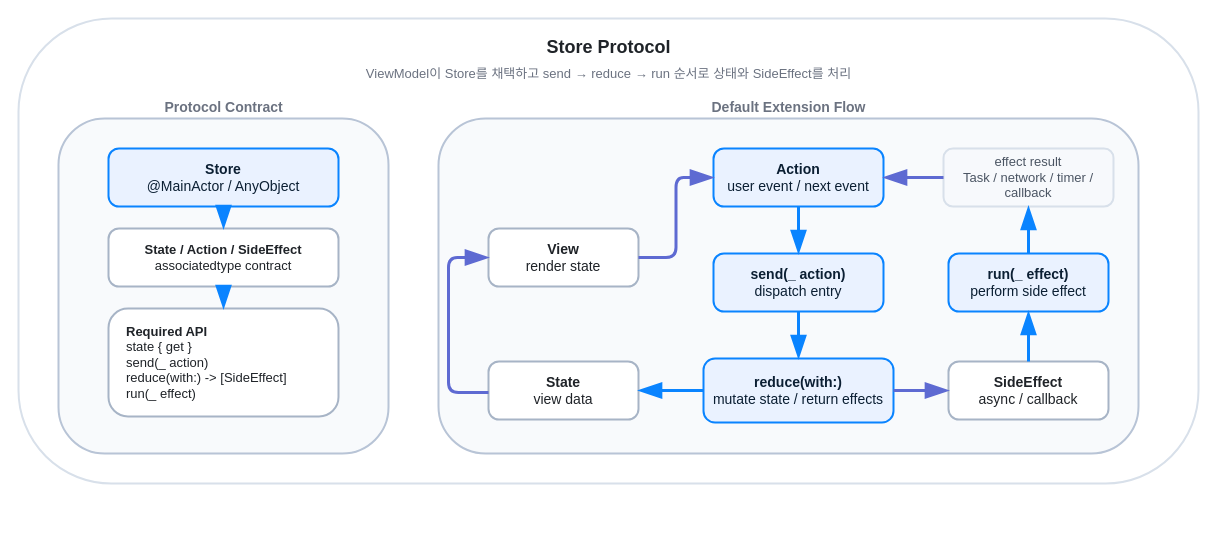
opficdev/DevLog_iOS keeps this draw.io diagram as page "Store Protocol" (1 of 7) of docs/DevLog.drawio. Above is the earlier version. Source tidied: cells renumbered, new cells numbered last; positions are measured from the earlier drawing's top-left corner, leaving out a move shared by most shapes. Both pictures are drawn from the tidied source at 100%, with x=0, y=0 at pixel (18, 18).
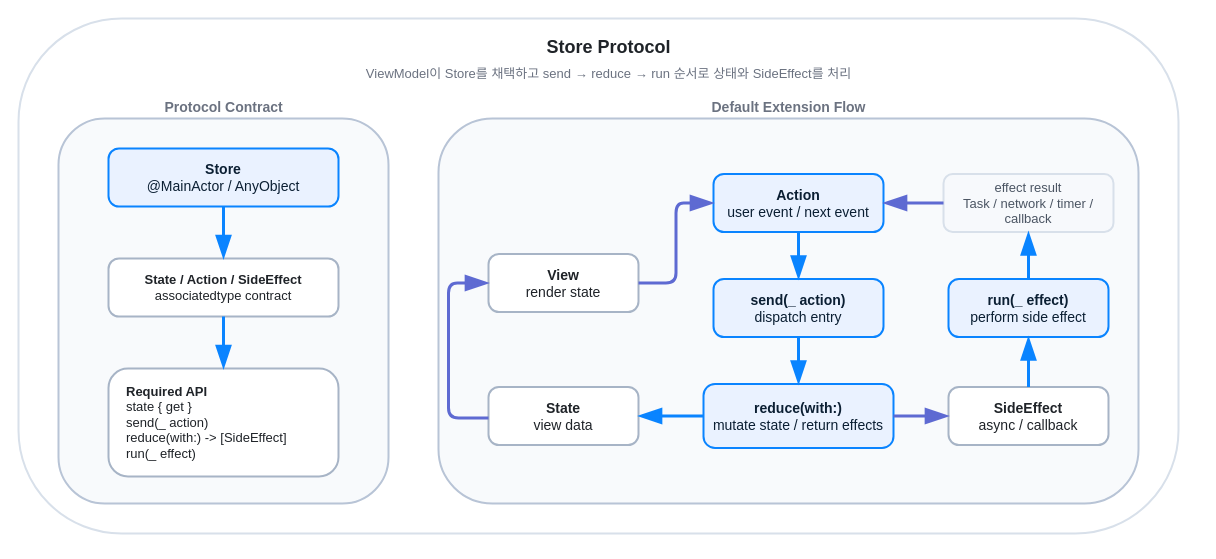
Above is the later version.

Commit message (it also covers changes not shown here):
docs: Store Protocol 수정

The change refers to these unchanged cells:
```xml
<mxCell id="9" value="&lt;b&gt;Store&lt;/b&gt;&lt;br&gt;&lt;span style=&quot;font-weight: normal;&quot;&gt;@MainActor / AnyObject&lt;/span&gt;" style="rounded=1;arcSize=18;whiteSpace=wrap;html=1;fillColor=#EAF2FF;strokeColor=#0A84FF;strokeWidth=2;fontColor=#0B1F33;fontSize=14;align=center;" parent="1" vertex="1">
  <mxGeometry x="90" y="130" width="230" height="58" as="geometry" />
</mxCell>
```

The edit, as a diff of the source:
```diff
@@
     <mxCell id="2" style="rounded=1;arcSize=20;whiteSpace=wrap;html=1;fillColor=#FFFFFF;strokeColor=#D8E0EA;strokeWidth=2;align=center;" parent="1" vertex="1">
-      <mxGeometry width="1180" height="465" as="geometry" />
+      <mxGeometry width="1160" height="515" as="geometry" />
     </mxCell>
@@
     <mxCell id="5" style="rounded=1;arcSize=14;whiteSpace=wrap;html=1;fillColor=#F8FAFC;strokeColor=#B8C4D6;strokeWidth=2;" parent="1" vertex="1">
-      <mxGeometry x="40" y="100" width="330" height="335" as="geometry" />
+      <mxGeometry x="40" y="100" width="330" height="385" as="geometry" />
     </mxCell>
@@
     <mxCell id="7" style="rounded=1;arcSize=14;whiteSpace=wrap;html=1;fillColor=#F8FAFC;strokeColor=#B8C4D6;strokeWidth=2;" parent="1" vertex="1">
-      <mxGeometry x="420" y="100" width="700" height="335" as="geometry" />
+      <mxGeometry x="420" y="100" width="700" height="385" as="geometry" />
     </mxCell>
@@
     <mxCell id="10" value="&lt;b&gt;State / Action / SideEffect&lt;/b&gt;&lt;br&gt;&lt;span style=&quot;font-weight: normal;&quot;&gt;associatedtype contract&lt;/span&gt;" style="rounded=1;arcSize=18;whiteSpace=wrap;html=1;fillColor=#FFFFFF;strokeColor=#A7B4C6;strokeWidth=2;fontColor=#1F2328;fontSize=13;align=center;" parent="1" vertex="1">
-      <mxGeometry x="90" y="210" width="230" height="58" as="geometry" />
+      <mxGeometry x="90" y="240" width="230" height="58" as="geometry" />
     </mxCell>
     <mxCell id="11" value="&lt;b&gt;Required API&lt;/b&gt;&lt;br&gt;&lt;span style=&quot;font-weight: normal;&quot;&gt;state { get }&lt;br&gt;send(_ action)&lt;br&gt;reduce(with:) -&amp;gt; [SideEffect]&lt;br&gt;run(_ effect)&lt;/span&gt;" style="rounded=1;arcSize=18;whiteSpace=wrap;html=1;fillColor=#FFFFFF;strokeColor=#A7B4C6;strokeWidth=2;fontColor=#1F2328;fontSize=13;align=left;spacingLeft=16;" parent="1" vertex="1">
-      <mxGeometry x="90" y="290" width="230" height="108" as="geometry" />
+      <mxGeometry x="90" y="350" width="230" height="108" as="geometry" />
     </mxCell>
+    <mxCell id="20" style="endArrow=blockThin;endFill=1;endSize=16;html=1;rounded=1;strokeColor=#0A84FF;strokeWidth=3;align=center;" parent="1" edge="1" source="9" target="10">
+      <mxGeometry relative="1" as="geometry" />
+    </mxCell>
+    <mxCell id="21" style="endArrow=blockThin;endFill=1;endSize=16;html=1;rounded=1;strokeColor=#0A84FF;strokeWidth=3;align=center;" parent="1" edge="1" source="10" target="11">
+      <mxGeometry relative="1" as="geometry" />
+    </mxCell>
+    <mxCell id="31" style="edgeStyle=orthogonalEdgeStyle;rounded=0;orthogonalLoop=1;jettySize=auto;html=1;exitX=0.5;exitY=1;exitDx=0;exitDy=0;" parent="1" edge="1" source="2" target="2">
+      <mxGeometry relative="1" as="geometry" />
+    </mxCell>
+    <mxCell id="32" style="group;" parent="1" vertex="1">
+      <mxGeometry x="430" y="155.5" width="665" height="274" as="geometry" />
+    </mxCell>
-    <mxCell id="12" value="&lt;b&gt;View&lt;/b&gt;&lt;br&gt;&lt;span style=&quot;font-weight: normal;&quot;&gt;render state&lt;/span&gt;" style="rounded=1;arcSize=18;whiteSpace=wrap;html=1;fillColor=#FFFFFF;strokeColor=#A7B4C6;strokeWidth=2;fontColor=#1F2328;fontSize=14;align=center;" parent="1" vertex="1">
-      <mxGeometry x="470" y="210" width="150" height="58" as="geometry" />
+    <mxCell id="12" value="&lt;b&gt;View&lt;/b&gt;&lt;br&gt;&lt;span style=&quot;font-weight: normal;&quot;&gt;render state&lt;/span&gt;" style="rounded=1;arcSize=18;whiteSpace=wrap;html=1;fillColor=#FFFFFF;strokeColor=#A7B4C6;strokeWidth=2;fontColor=#1F2328;fontSize=14;align=center;" parent="32" vertex="1">
+      <mxGeometry x="40" y="80" width="150" height="58" as="geometry" />
     </mxCell>
-    <mxCell id="13" value="&lt;b&gt;Action&lt;/b&gt;&lt;br&gt;&lt;span style=&quot;font-weight: normal;&quot;&gt;user event / next event&lt;/span&gt;" style="rounded=1;arcSize=18;whiteSpace=wrap;html=1;fillColor=#EAF2FF;strokeColor=#0A84FF;strokeWidth=2;fontColor=#0B1F33;fontSize=14;align=center;" parent="1" vertex="1">
-      <mxGeometry x="695" y="130" width="170" height="58" as="geometry" />
+    <mxCell id="13" value="&lt;b&gt;Action&lt;/b&gt;&lt;br&gt;&lt;span style=&quot;font-weight: normal;&quot;&gt;user event / next event&lt;/span&gt;" style="rounded=1;arcSize=18;whiteSpace=wrap;html=1;fillColor=#EAF2FF;strokeColor=#0A84FF;strokeWidth=2;fontColor=#0B1F33;fontSize=14;align=center;" parent="32" vertex="1">
+      <mxGeometry x="265" width="170" height="58" as="geometry" />
     </mxCell>
-    <mxCell id="14" value="&lt;b&gt;send(_ action)&lt;/b&gt;&lt;br&gt;&lt;span style=&quot;font-weight: normal;&quot;&gt;dispatch entry&lt;/span&gt;" style="rounded=1;arcSize=18;whiteSpace=wrap;html=1;fillColor=#EAF2FF;strokeColor=#0A84FF;strokeWidth=2;fontColor=#0B1F33;fontSize=14;align=center;" parent="1" vertex="1">
-      <mxGeometry x="695" y="235" width="170" height="58" as="geometry" />
+    <mxCell id="14" value="&lt;b&gt;send(_ action)&lt;/b&gt;&lt;br&gt;&lt;span style=&quot;font-weight: normal;&quot;&gt;dispatch entry&lt;/span&gt;" style="rounded=1;arcSize=18;whiteSpace=wrap;html=1;fillColor=#EAF2FF;strokeColor=#0A84FF;strokeWidth=2;fontColor=#0B1F33;fontSize=14;align=center;" parent="32" vertex="1">
+      <mxGeometry x="265" y="105" width="170" height="58" as="geometry" />
     </mxCell>
-    <mxCell id="15" value="&lt;b&gt;reduce(with:)&lt;/b&gt;&lt;br&gt;&lt;span style=&quot;font-weight: normal;&quot;&gt;mutate state / return effects&lt;/span&gt;" style="rounded=1;arcSize=18;whiteSpace=wrap;html=1;fillColor=#EAF2FF;strokeColor=#0A84FF;strokeWidth=2;fontColor=#0B1F33;fontSize=14;align=center;" parent="1" vertex="1">
-      <mxGeometry x="685" y="340" width="190" height="64" as="geometry" />
+    <mxCell id="15" value="&lt;b&gt;reduce(with:)&lt;/b&gt;&lt;br&gt;&lt;span style=&quot;font-weight: normal;&quot;&gt;mutate state / return effects&lt;/span&gt;" style="rounded=1;arcSize=18;whiteSpace=wrap;html=1;fillColor=#EAF2FF;strokeColor=#0A84FF;strokeWidth=2;fontColor=#0B1F33;fontSize=14;align=center;" parent="32" vertex="1">
+      <mxGeometry x="255" y="210" width="190" height="64" as="geometry" />
     </mxCell>
-    <mxCell id="16" value="&lt;b&gt;State&lt;/b&gt;&lt;br&gt;&lt;span style=&quot;font-weight: normal;&quot;&gt;view data&lt;/span&gt;" style="rounded=1;arcSize=18;whiteSpace=wrap;html=1;fillColor=#FFFFFF;strokeColor=#A7B4C6;strokeWidth=2;fontColor=#1F2328;fontSize=14;align=center;" parent="1" vertex="1">
-      <mxGeometry x="470" y="343" width="150" height="58" as="geometry" />
+    <mxCell id="16" value="&lt;b&gt;State&lt;/b&gt;&lt;br&gt;&lt;span style=&quot;font-weight: normal;&quot;&gt;view data&lt;/span&gt;" style="rounded=1;arcSize=18;whiteSpace=wrap;html=1;fillColor=#FFFFFF;strokeColor=#A7B4C6;strokeWidth=2;fontColor=#1F2328;fontSize=14;align=center;" parent="32" vertex="1">
+      <mxGeometry x="40" y="213" width="150" height="58" as="geometry" />
     </mxCell>
-    <mxCell id="17" value="&lt;b&gt;SideEffect&lt;/b&gt;&lt;br&gt;&lt;span style=&quot;font-weight: normal;&quot;&gt;async / callback&lt;/span&gt;" style="rounded=1;arcSize=18;whiteSpace=wrap;html=1;fillColor=#FFFFFF;strokeColor=#A7B4C6;strokeWidth=2;fontColor=#1F2328;fontSize=14;align=center;" parent="1" vertex="1">
-      <mxGeometry x="930" y="343" width="160" height="58" as="geometry" />
+    <mxCell id="17" value="&lt;b&gt;SideEffect&lt;/b&gt;&lt;br&gt;&lt;span style=&quot;font-weight: normal;&quot;&gt;async / callback&lt;/span&gt;" style="rounded=1;arcSize=18;whiteSpace=wrap;html=1;fillColor=#FFFFFF;strokeColor=#A7B4C6;strokeWidth=2;fontColor=#1F2328;fontSize=14;align=center;" parent="32" vertex="1">
+      <mxGeometry x="500" y="213" width="160" height="58" as="geometry" />
     </mxCell>
-    <mxCell id="18" value="&lt;b&gt;run(_ effect)&lt;/b&gt;&lt;br&gt;&lt;span style=&quot;font-weight: normal;&quot;&gt;perform side effect&lt;/span&gt;" style="rounded=1;arcSize=18;whiteSpace=wrap;html=1;fillColor=#EAF2FF;strokeColor=#0A84FF;strokeWidth=2;fontColor=#0B1F33;fontSize=14;align=center;" parent="1" vertex="1">
-      <mxGeometry x="930" y="235" width="160" height="58" as="geometry" />
+    <mxCell id="18" value="&lt;b&gt;run(_ effect)&lt;/b&gt;&lt;br&gt;&lt;span style=&quot;font-weight: normal;&quot;&gt;perform side effect&lt;/span&gt;" style="rounded=1;arcSize=18;whiteSpace=wrap;html=1;fillColor=#EAF2FF;strokeColor=#0A84FF;strokeWidth=2;fontColor=#0B1F33;fontSize=14;align=center;" parent="32" vertex="1">
+      <mxGeometry x="500" y="105" width="160" height="58" as="geometry" />
     </mxCell>
-    <mxCell id="19" value="effect result&lt;br&gt;Task / network / timer / callback" style="rounded=1;arcSize=16;whiteSpace=wrap;html=1;fillColor=#F7F9FC;strokeColor=#D8E0EA;strokeWidth=2;fontColor=#4B5563;fontSize=13;fontStyle=0;align=center;" parent="1" vertex="1">
-      <mxGeometry x="925" y="130" width="170" height="58" as="geometry" />
+    <mxCell id="19" value="effect result&lt;br&gt;Task / network / timer / callback" style="rounded=1;arcSize=16;whiteSpace=wrap;html=1;fillColor=#F7F9FC;strokeColor=#D8E0EA;strokeWidth=2;fontColor=#4B5563;fontSize=13;fontStyle=0;align=center;" parent="32" vertex="1">
+      <mxGeometry x="495" width="170" height="58" as="geometry" />
     </mxCell>
-    <mxCell id="20" style="endArrow=blockThin;endFill=1;endSize=16;html=1;rounded=1;strokeColor=#0A84FF;strokeWidth=3;align=center;" parent="1" edge="1" source="9" target="10">
-      <mxGeometry relative="1" as="geometry" />
-    </mxCell>
-    <mxCell id="21" style="endArrow=blockThin;endFill=1;endSize=16;html=1;rounded=1;strokeColor=#0A84FF;strokeWidth=3;align=center;" parent="1" edge="1" source="10" target="11">
-      <mxGeometry relative="1" as="geometry" />
-    </mxCell>
-    <mxCell id="22" style="endArrow=blockThin;endFill=1;endSize=16;html=1;rounded=1;strokeColor=#5E6AD2;strokeWidth=3;align=center;edgeStyle=orthogonalEdgeStyle;entryX=0;entryY=0.5;entryDx=0;entryDy=0;" parent="1" edge="1" source="12" target="13">
+    <mxCell id="22" style="endArrow=blockThin;endFill=1;endSize=16;html=1;rounded=1;strokeColor=#5E6AD2;strokeWidth=3;align=center;edgeStyle=orthogonalEdgeStyle;entryX=0;entryY=0.5;entryDx=0;entryDy=0;" parent="32" edge="1" source="12" target="13">
       <mxGeometry relative="1" as="geometry" />
     </mxCell>
-    <mxCell id="23" style="endArrow=blockThin;endFill=1;endSize=16;html=1;rounded=1;strokeColor=#0A84FF;strokeWidth=3;align=center;" parent="1" edge="1" source="13" target="14">
+    <mxCell id="23" style="endArrow=blockThin;endFill=1;endSize=16;html=1;rounded=1;strokeColor=#0A84FF;strokeWidth=3;align=center;" parent="32" edge="1" source="13" target="14">
       <mxGeometry relative="1" as="geometry" />
     </mxCell>
-    <mxCell id="24" style="endArrow=blockThin;endFill=1;endSize=16;html=1;rounded=1;strokeColor=#0A84FF;strokeWidth=3;align=center;" parent="1" edge="1" source="14" target="15">
+    <mxCell id="24" style="endArrow=blockThin;endFill=1;endSize=16;html=1;rounded=1;strokeColor=#0A84FF;strokeWidth=3;align=center;" parent="32" edge="1" source="14" target="15">
       <mxGeometry relative="1" as="geometry" />
     </mxCell>
-    <mxCell id="25" style="endArrow=blockThin;endFill=1;endSize=16;html=1;rounded=1;strokeColor=#0A84FF;strokeWidth=3;align=center;edgeStyle=orthogonalEdgeStyle;" parent="1" edge="1" source="15" target="16">
+    <mxCell id="25" style="endArrow=blockThin;endFill=1;endSize=16;html=1;rounded=1;strokeColor=#0A84FF;strokeWidth=3;align=center;edgeStyle=orthogonalEdgeStyle;" parent="32" edge="1" source="15" target="16">
       <mxGeometry relative="1" as="geometry" />
     </mxCell>
-    <mxCell id="26" style="endArrow=blockThin;endFill=1;endSize=16;html=1;rounded=1;strokeColor=#5E6AD2;strokeWidth=3;align=center;edgeStyle=orthogonalEdgeStyle;" parent="1" edge="1" source="16" target="12">
+    <mxCell id="26" style="endArrow=blockThin;endFill=1;endSize=16;html=1;rounded=1;strokeColor=#5E6AD2;strokeWidth=3;align=center;edgeStyle=orthogonalEdgeStyle;" parent="32" edge="1" source="16" target="12">
       <mxGeometry relative="1" as="geometry">
         <Array as="points">
-          <mxPoint x="430" y="374" />
-          <mxPoint x="430" y="239" />
+          <mxPoint y="244" />
+          <mxPoint y="109" />
         </Array>
       </mxGeometry>
     </mxCell>
-    <mxCell id="27" style="endArrow=blockThin;endFill=1;endSize=16;html=1;rounded=1;strokeColor=#5E6AD2;strokeWidth=3;align=center;" parent="1" edge="1" source="15" target="17">
+    <mxCell id="27" style="endArrow=blockThin;endFill=1;endSize=16;html=1;rounded=1;strokeColor=#5E6AD2;strokeWidth=3;align=center;" parent="32" edge="1" source="15" target="17">
       <mxGeometry relative="1" as="geometry" />
     </mxCell>
-    <mxCell id="28" style="endArrow=blockThin;endFill=1;endSize=16;html=1;rounded=1;strokeColor=#0A84FF;strokeWidth=3;align=center;" parent="1" edge="1" source="17" target="18">
+    <mxCell id="28" style="endArrow=blockThin;endFill=1;endSize=16;html=1;rounded=1;strokeColor=#0A84FF;strokeWidth=3;align=center;" parent="32" edge="1" source="17" target="18">
       <mxGeometry relative="1" as="geometry" />
     </mxCell>
-    <mxCell id="29" style="endArrow=blockThin;endFill=1;endSize=16;html=1;rounded=1;strokeColor=#0A84FF;strokeWidth=3;align=center;" parent="1" edge="1" source="18" target="19">
+    <mxCell id="29" style="endArrow=blockThin;endFill=1;endSize=16;html=1;rounded=1;strokeColor=#0A84FF;strokeWidth=3;align=center;" parent="32" edge="1" source="18" target="19">
       <mxGeometry relative="1" as="geometry" />
     </mxCell>
-    <mxCell id="30" style="endArrow=blockThin;endFill=1;endSize=16;html=1;rounded=1;strokeColor=#5E6AD2;strokeWidth=3;align=center;edgeStyle=orthogonalEdgeStyle;" parent="1" edge="1" source="19" target="13">
+    <mxCell id="30" style="endArrow=blockThin;endFill=1;endSize=16;html=1;rounded=1;strokeColor=#5E6AD2;strokeWidth=3;align=center;edgeStyle=orthogonalEdgeStyle;" parent="32" edge="1" source="19" target="13">
       <mxGeometry relative="1" as="geometry" />
     </mxCell>
```
